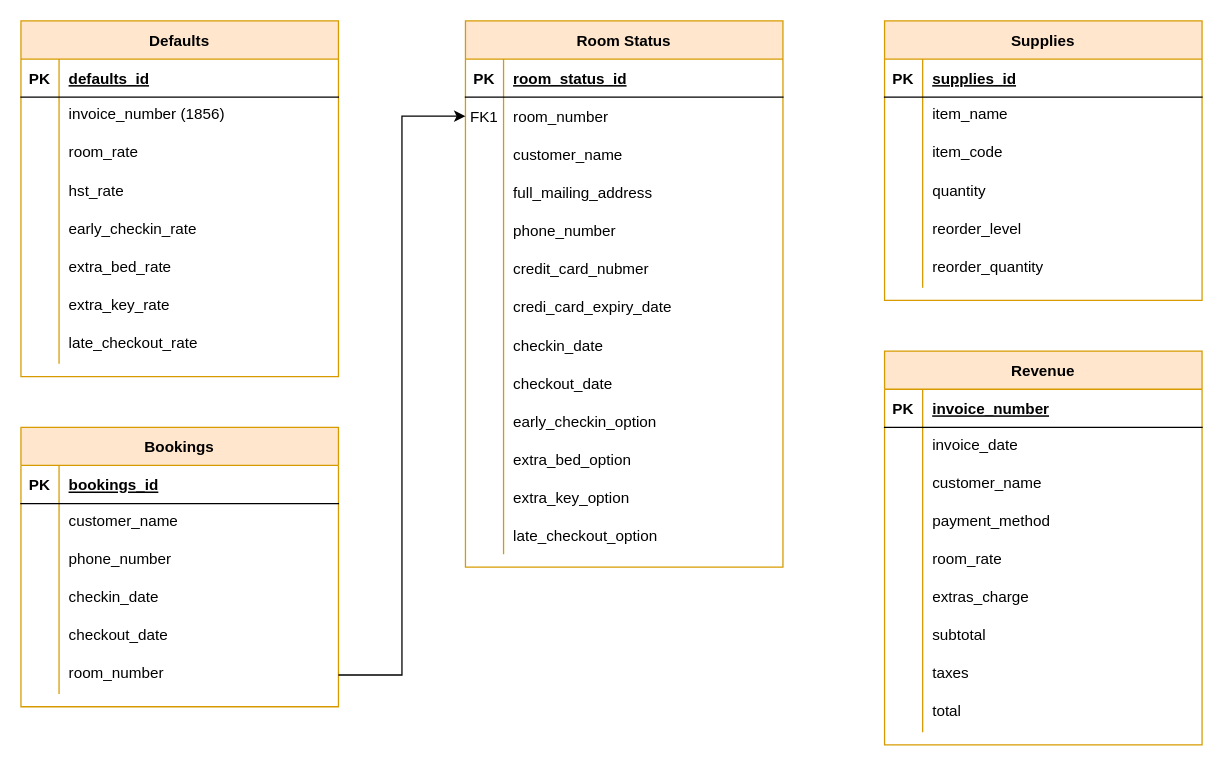
Altrocore/QAP-4-FIles-DS keeps this draw.io diagram as Untitled Diagram.drawio. Above is the earlier version. Source tidied: cells renumbered, new cells numbered last; positions are measured from the earlier drawing's top-left corner, leaving out a move shared by most shapes. Both pictures are drawn from the tidied source at 127%, with x=0, y=0 at pixel (20, 20).
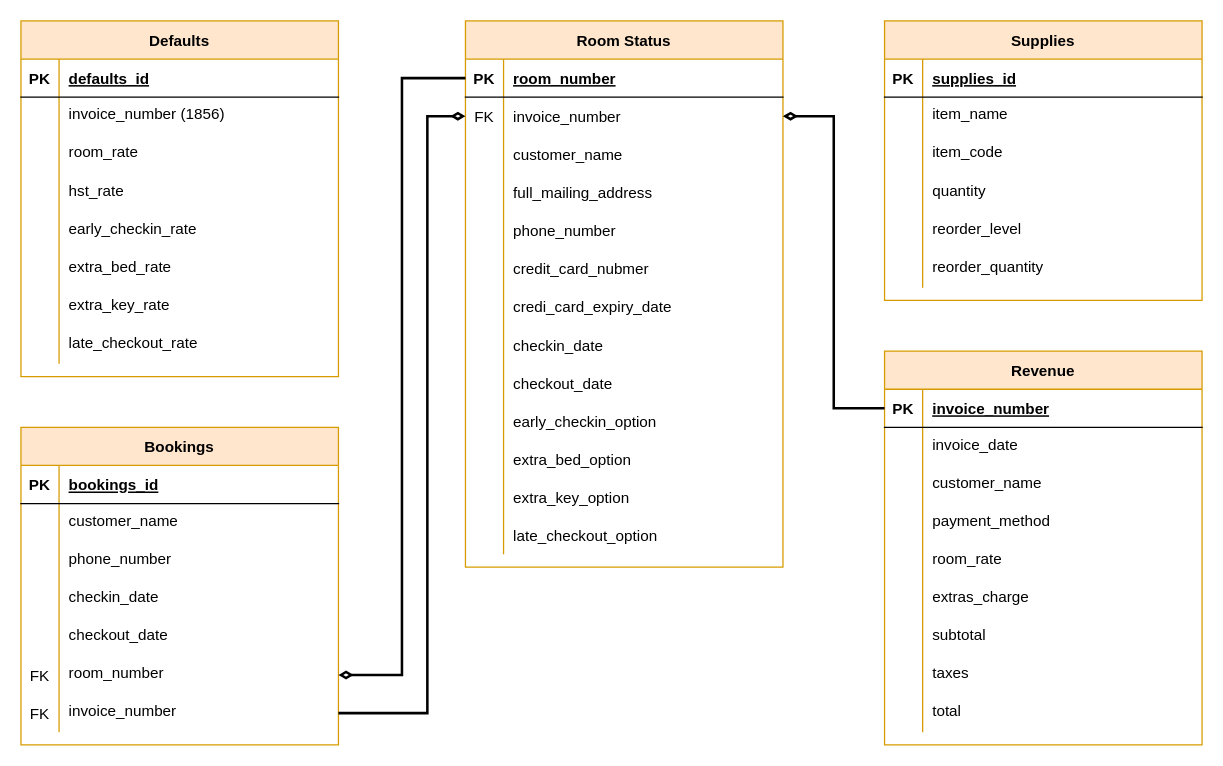
The same page after the edit.

Unchanged cells that the change refers to:
```xml
<mxCell id="3" style="shape=partialRectangle;fillColor=none;points=[[0,0.5],[1,0.5]];portConstraint=eastwest;top=0;left=0;right=0;bottom=1;" parent="2" vertex="1">
  <mxGeometry y="30" width="250" height="30" as="geometry" />
</mxCell>
<mxCell id="6" style="shape=partialRectangle;fillColor=none;points=[[0,0.5],[1,0.5]];portConstraint=eastwest;top=0;left=0;right=0;bottom=0;" parent="2" vertex="1">
  <mxGeometry y="60" width="250" height="30" as="geometry" />
</mxCell>
<mxCell id="83" style="shape=partialRectangle;fillColor=none;points=[[0,0.5],[1,0.5]];portConstraint=eastwest;top=0;left=0;right=0;bottom=0;" parent="67" vertex="1">
  <mxGeometry y="180" width="250" height="30" as="geometry" />
</mxCell>
<mxCell id="87" style="shape=partialRectangle;fillColor=none;points=[[0,0.5],[1,0.5]];portConstraint=eastwest;top=0;left=0;right=0;bottom=1;" parent="86" vertex="1">
  <mxGeometry y="30" width="250" height="30" as="geometry" />
</mxCell>
```

What changed in the source:
```diff
@@
-    <mxCell id="5" value="room_status_id" style="shape=partialRectangle;overflow=hidden;fillColor=none;top=0;left=0;bottom=0;right=0;align=left;spacingLeft=6;fontStyle=5;" parent="3" vertex="1">
+    <mxCell id="5" value="room_number" style="shape=partialRectangle;overflow=hidden;fillColor=none;top=0;left=0;bottom=0;right=0;align=left;spacingLeft=6;fontStyle=5;" parent="3" vertex="1">
       <mxGeometry x="30" width="220" height="30" as="geometry" />
     </mxCell>
@@
-    <mxCell id="7" value="FK1" style="shape=partialRectangle;overflow=hidden;fillColor=none;top=0;left=0;bottom=0;right=0;" parent="6" vertex="1">
+    <mxCell id="7" value="FK" style="shape=partialRectangle;overflow=hidden;fillColor=none;top=0;left=0;bottom=0;right=0;" parent="6" vertex="1">
       <mxGeometry width="30" height="30" as="geometry" />
     </mxCell>
-    <mxCell id="8" value="room_number" style="shape=partialRectangle;overflow=hidden;fillColor=none;top=0;left=0;bottom=0;right=0;align=left;spacingLeft=6;" parent="6" vertex="1">
+    <mxCell id="8" value="invoice_number" style="shape=partialRectangle;overflow=hidden;fillColor=none;top=0;left=0;bottom=0;right=0;align=left;spacingLeft=6;" parent="6" vertex="1">
       <mxGeometry x="30" width="220" height="30" as="geometry" />
     </mxCell>
@@
     <mxCell id="67" value="Bookings" style="shape=table;startSize=30;childLayout=tableLayout;rowLines=0;fontStyle=1;align=center;fillColor=#ffe6cc;strokeColor=#d79b00;" parent="1" vertex="1">
-      <mxGeometry y="320" width="250" height="220" as="geometry" />
+      <mxGeometry y="320" width="250" height="250" as="geometry" />
     </mxCell>
@@
-    <mxCell id="84" style="shape=partialRectangle;overflow=hidden;fillColor=none;top=0;left=0;bottom=0;right=0;" parent="83" vertex="1">
+    <mxCell id="84" value="FK" style="shape=partialRectangle;overflow=hidden;fillColor=none;top=0;left=0;bottom=0;right=0;" parent="83" vertex="1">
       <mxGeometry width="30" height="30" as="geometry" />
     </mxCell>
@@
+    <mxCell id="134" style="shape=partialRectangle;fillColor=none;points=[[0,0.5],[1,0.5]];portConstraint=eastwest;top=0;left=0;right=0;bottom=0;" parent="67" vertex="1">
+      <mxGeometry y="210" width="250" height="30" as="geometry" />
+    </mxCell>
+    <mxCell id="135" value="FK" style="shape=partialRectangle;overflow=hidden;fillColor=none;top=0;left=0;bottom=0;right=0;" parent="134" vertex="1">
+      <mxGeometry width="30" height="30" as="geometry" />
+    </mxCell>
+    <mxCell id="136" value="invoice_number" style="shape=partialRectangle;overflow=hidden;fillColor=none;top=0;left=0;bottom=0;right=0;align=left;spacingLeft=6;verticalAlign=top;" parent="134" vertex="1">
+      <mxGeometry x="30" width="220" height="30" as="geometry" />
+    </mxCell>
@@
-    <mxCell id="133" style="edgeStyle=orthogonalEdgeStyle;rounded=0;jettySize=auto;html=1;exitX=1;exitY=0.5;exitDx=0;exitDy=0;entryX=0;entryY=0.5;entryDx=0;entryDy=0;" parent="1" edge="1" source="83" target="6">
-      <mxGeometry relative="1" as="geometry" />
-    </mxCell>
+    <mxCell id="137" style="edgeStyle=orthogonalEdgeStyle;rounded=0;jettySize=auto;html=1;exitX=1;exitY=0.5;exitDx=0;exitDy=0;entryX=0;entryY=0.5;entryDx=0;entryDy=0;startArrow=diamondThin;startFill=0;endArrow=none;endFill=0;strokeWidth=2;" parent="1" edge="1" source="83" target="3">
+      <mxGeometry relative="1" as="geometry" />
+    </mxCell>
+    <mxCell id="138" style="edgeStyle=orthogonalEdgeStyle;rounded=0;jettySize=auto;html=1;exitX=1;exitY=0.5;exitDx=0;exitDy=0;strokeWidth=2;endArrow=diamondThin;endFill=0;" parent="1" edge="1" source="134" target="6">
+      <mxGeometry relative="1" as="geometry">
+        <Array as="points">
+          <mxPoint x="320" y="545" />
+          <mxPoint x="320" y="75" />
+        </Array>
+      </mxGeometry>
+    </mxCell>
+    <mxCell id="139" style="edgeStyle=orthogonalEdgeStyle;rounded=0;jettySize=auto;html=1;exitX=1;exitY=0.5;exitDx=0;exitDy=0;entryX=0;entryY=0.5;entryDx=0;entryDy=0;startArrow=diamondThin;startFill=0;endArrow=none;endFill=0;strokeWidth=2;" parent="1" edge="1" source="6" target="87">
+      <mxGeometry relative="1" as="geometry" />
+    </mxCell>
```
